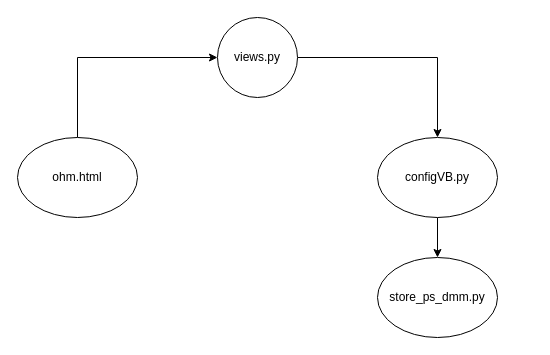
Before: diagramas/medicoes_OHM.drawio in eddygrinder/LaRE, a draw.io diagram. Source tidied: cells renumbered, new cells numbered last; positions are measured from the earlier drawing's top-left corner, leaving out a move shared by most shapes. Both pictures are drawn from the tidied source at 100%, with x=0, y=0 at pixel (17, 17).
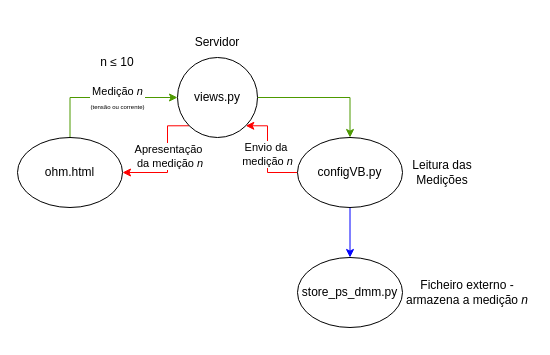
Above is the later version.

What changed in the source:
```diff
@@
-    <mxCell id="2" style="edgeStyle=orthogonalEdgeStyle;rounded=0;jettySize=auto;html=1;exitX=0.5;exitY=0;exitDx=0;exitDy=0;entryX=0;entryY=0.5;entryDx=0;entryDy=0;" parent="1" edge="1" source="3" target="5">
+    <mxCell id="2" style="edgeStyle=orthogonalEdgeStyle;rounded=0;jettySize=auto;html=1;exitX=0.5;exitY=0;exitDx=0;exitDy=0;entryX=0;entryY=0.5;entryDx=0;entryDy=0;strokeColor=#4D9900;" parent="1" edge="1" source="3" target="5">
       <mxGeometry relative="1" as="geometry" />
     </mxCell>
+    <mxCell id="9" value="Medição &lt;i&gt;n&lt;/i&gt;&lt;br&gt;&lt;font style=&quot;font-size: 6px;&quot;&gt;(tensão ou corrente)&lt;/font&gt;" style="edgeLabel;html=1;align=center;verticalAlign=middle;" parent="2" vertex="1">
+      <mxGeometry relative="1" as="geometry">
+        <mxPoint x="13" as="offset" />
+      </mxGeometry>
+    </mxCell>
     <mxCell id="3" value="ohm.html" style="ellipse;whiteSpace=wrap;html=1;" parent="1" vertex="1">
-      <mxGeometry y="120" width="120" height="80" as="geometry" />
+      <mxGeometry y="120" width="105" height="70" as="geometry" />
     </mxCell>
-    <mxCell id="4" style="edgeStyle=orthogonalEdgeStyle;rounded=0;jettySize=auto;html=1;entryX=0.5;entryY=0;entryDx=0;entryDy=0;" parent="1" edge="1" source="5" target="7">
+    <mxCell id="4" style="edgeStyle=orthogonalEdgeStyle;rounded=0;jettySize=auto;html=1;entryX=0.5;entryY=0;entryDx=0;entryDy=0;strokeColor=#4D9900;" parent="1" edge="1" source="5" target="7">
       <mxGeometry relative="1" as="geometry" />
     </mxCell>
+    <mxCell id="10" style="edgeStyle=orthogonalEdgeStyle;rounded=0;jettySize=auto;html=1;exitX=0;exitY=1;exitDx=0;exitDy=0;entryX=1;entryY=0.5;entryDx=0;entryDy=0;strokeColor=#FF0000;" parent="1" edge="1" source="5" target="3">
+      <mxGeometry relative="1" as="geometry">
+        <Array as="points">
+          <mxPoint x="150" y="108" />
+          <mxPoint x="150" y="155" />
+        </Array>
+      </mxGeometry>
+    </mxCell>
     <mxCell id="5" value="views.py" style="ellipse;whiteSpace=wrap;html=1;" parent="1" vertex="1">
-      <mxGeometry x="200" width="80" height="80" as="geometry" />
+      <mxGeometry x="160" y="40" width="80" height="80" as="geometry" />
     </mxCell>
-    <mxCell id="6" style="edgeStyle=orthogonalEdgeStyle;rounded=0;jettySize=auto;html=1;" parent="1" edge="1" source="7" target="8">
+    <mxCell id="6" style="edgeStyle=orthogonalEdgeStyle;rounded=0;jettySize=auto;html=1;strokeColor=#0000FF;" parent="1" edge="1" source="7" target="8">
       <mxGeometry relative="1" as="geometry" />
     </mxCell>
+    <mxCell id="11" style="edgeStyle=orthogonalEdgeStyle;rounded=0;jettySize=auto;html=1;entryX=1;entryY=1;entryDx=0;entryDy=0;strokeColor=#FF0000;" parent="1" edge="1" source="7" target="5">
+      <mxGeometry relative="1" as="geometry">
+        <Array as="points">
+          <mxPoint x="250" y="155" />
+          <mxPoint x="250" y="108" />
+        </Array>
+      </mxGeometry>
+    </mxCell>
+    <mxCell id="12" value="Envio da&amp;nbsp;&lt;div&gt;medição &lt;i&gt;n&lt;/i&gt;&lt;/div&gt;" style="edgeLabel;html=1;align=center;verticalAlign=middle;" parent="11" vertex="1">
+      <mxGeometry y="2" relative="1" as="geometry">
+        <mxPoint x="1" as="offset" />
+      </mxGeometry>
+    </mxCell>
     <mxCell id="7" value="configVB.py" style="ellipse;whiteSpace=wrap;html=1;" parent="1" vertex="1">
-      <mxGeometry x="360" y="120" width="120" height="80" as="geometry" />
+      <mxGeometry x="280" y="120" width="105" height="70" as="geometry" />
     </mxCell>
     <mxCell id="8" value="store_ps_dmm.py" style="ellipse;whiteSpace=wrap;html=1;" parent="1" vertex="1">
-      <mxGeometry x="360" y="240" width="120" height="80" as="geometry" />
+      <mxGeometry x="280" y="240" width="105" height="70" as="geometry" />
     </mxCell>
+    <mxCell id="13" value="n&amp;nbsp;&lt;span style=&quot;animation-delay: -0.01ms !important; animation-duration: 0.01ms !important; transition-duration: 0ms !important;&quot;&gt;≤ 10&lt;/span&gt;" style="text;html=1;align=center;verticalAlign=middle;whiteSpace=wrap;rounded=0;" parent="1" vertex="1">
+      <mxGeometry x="70" y="30" width="60" height="30" as="geometry" />
+    </mxCell>
+    <mxCell id="14" value="Servidor" style="text;html=1;align=center;verticalAlign=middle;whiteSpace=wrap;rounded=0;" parent="1" vertex="1">
+      <mxGeometry x="170" y="10" width="60" height="30" as="geometry" />
+    </mxCell>
+    <mxCell id="15" value="&lt;div&gt;Leitura das&lt;/div&gt;Medições" style="text;html=1;align=center;verticalAlign=middle;whiteSpace=wrap;rounded=0;" parent="1" vertex="1">
+      <mxGeometry x="385" y="140" width="80" height="30" as="geometry" />
+    </mxCell>
+    <mxCell id="16" value="Ficheiro externo - armazena a medição &lt;i&gt;n&lt;/i&gt;" style="text;html=1;align=center;verticalAlign=middle;whiteSpace=wrap;rounded=0;" parent="1" vertex="1">
+      <mxGeometry x="385" y="257.5" width="130" height="35" as="geometry" />
+    </mxCell>
+    <mxCell id="17" value="Apresentação&lt;div&gt;&amp;nbsp;da&amp;nbsp;&lt;span style=&quot;background-color: light-dark(#ffffff, var(--ge-dark-color, #121212)); color: light-dark(rgb(0, 0, 0), rgb(255, 255, 255));&quot;&gt;medição &lt;/span&gt;&lt;i style=&quot;background-color: light-dark(#ffffff, var(--ge-dark-color, #121212)); color: light-dark(rgb(0, 0, 0), rgb(255, 255, 255));&quot;&gt;n&lt;/i&gt;&lt;/div&gt;" style="edgeLabel;html=1;align=center;verticalAlign=middle;" parent="1" vertex="1">
+      <mxGeometry x="150" y="138" as="geometry" />
+    </mxCell>
```
